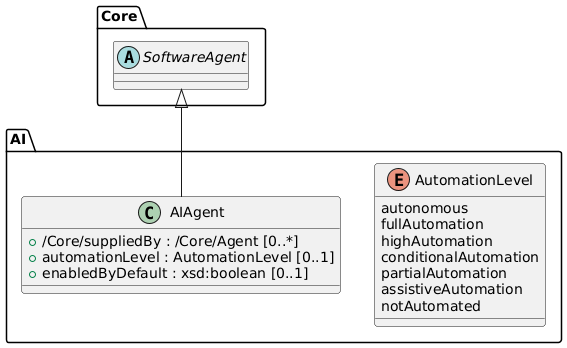
The PlantUML diagram docs/diagrams/aigent.png in bact/spdx-3-model, before a commit.
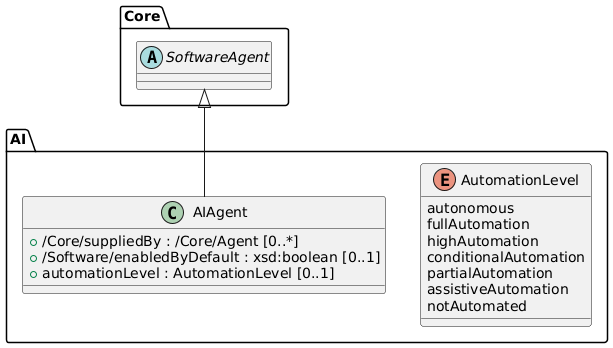
After the commit.

Commit message:
Add enabledByDefault definition

Diff of the diagram source:
```diff
@@ -9,8 +9,8 @@
 
 class "AI/AIAgent" extends "Core/SoftwareAgent" {
     + /Core/suppliedBy : /Core/Agent [0..*]
+    + /Software/enabledByDefault : xsd:boolean [0..1]
     + automationLevel : AutomationLevel [0..1]
-    + enabledByDefault : xsd:boolean [0..1]
 }
 
 enum "AI/AutomationLevel" {
```
